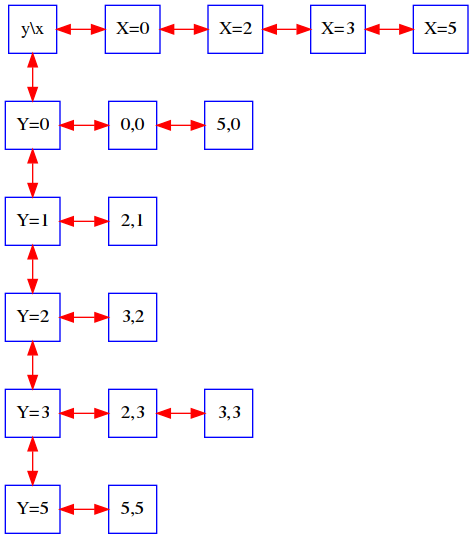
The Graphviz diagram matriz.png in martinfdev/EDD-Matriz-Dinamica, before a commit. Its source is kept beside it as matriz.dot.
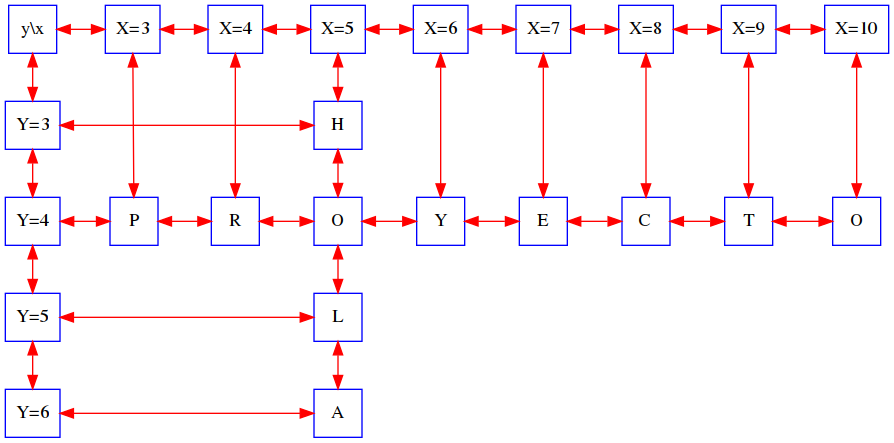
Later version of the same file.

Commit message:
matriz completa

What changed in the source:
```diff
@@ -4,49 +4,72 @@
 edge [color= red];
 graph[ nodesep = 0.5];
 nodeXY [label="y\\x"];
-nodeX0 [label="X=0"];
-nodeX2 [label="X=2"];
 nodeX3 [label="X=3"];
+nodeX4 [label="X=4"];
 nodeX5 [label="X=5"];
+nodeX6 [label="X=6"];
+nodeX7 [label="X=7"];
+nodeX8 [label="X=8"];
+nodeX9 [label="X=9"];
+nodeX10 [label="X=10"];
 
-nodeY0 [label="Y=0"];
-nodeY1 [label="Y=1"];
-nodeY2 [label="Y=2"];
 nodeY3 [label="Y=3"];
+nodeY4 [label="Y=4"];
 nodeY5 [label="Y=5"];
+nodeY6 [label="Y=6"];
 
-nodev00 [label="0,0"];
-nodev50 [label="5,0"];
-nodev21 [label="2,1"];
-nodev32 [label="3,2"];
-nodev23 [label="2,3"];
-nodev33 [label="3,3"];
-nodev55 [label="5,5"];
+nodev53 [label="H"];
+nodev34 [label="P"];
+nodev44 [label="R"];
+nodev54 [label="O"];
+nodev64 [label="Y"];
+nodev74 [label="E"];
+nodev84 [label="C"];
+nodev94 [label="T"];
+nodev104 [label="O"];
+nodev55 [label="L"];
+nodev56 [label="A"];
 
-nodeXY -> nodeX0 [dir=both];
-nodeX0 -> nodeX2 [dir=both];
-nodeX2 -> nodeX3 [dir=both];
-nodeX3 -> nodeX5 [dir=both];
+nodeXY -> nodeX3 [dir=both];
+nodeX3 -> nodeX4 [dir=both];
+nodeX4 -> nodeX5 [dir=both];
+nodeX5 -> nodeX6 [dir=both];
+nodeX6 -> nodeX7 [dir=both];
+nodeX7 -> nodeX8 [dir=both];
+nodeX8 -> nodeX9 [dir=both];
+nodeX9 -> nodeX10 [dir=both];
 
-nodeXY -> nodeY0 [dir=both];
-nodeY0 -> nodeY1 [dir=both];
-nodeY1 -> nodeY2 [dir=both];
-nodeY2 -> nodeY3 [dir=both];
-nodeY3 -> nodeY5 [dir=both];
+nodeXY -> nodeY3 [dir=both];
+nodeY3 -> nodeY4 [dir=both];
+nodeY4 -> nodeY5 [dir=both];
+nodeY5 -> nodeY6 [dir=both];
 
-nodeY0 -> nodev00 [dir=both];
-nodev00 -> nodev50 [constraint=false, dir=both];
-nodeY1 -> nodev21 [dir=both];
-nodeY2 -> nodev32 [dir=both];
-nodeY3 -> nodev23 [dir=both];
-nodev23 -> nodev33 [constraint=false, dir=both];
-nodeY5 -> nodev55 [dir=both];
+nodeX3 -> nodev34 [dir=both];
+nodeX4 -> nodev44 [dir=both];
+nodeX5 -> nodev53 [dir=both];
+nodev53 -> nodev54 [dir=both];
+nodev54 -> nodev55 [dir=both];
+nodev55 -> nodev56 [dir=both];
+nodeX6 -> nodev64 [dir=both];
+nodeX7 -> nodev74 [dir=both];
+nodeX8 -> nodev84 [dir=both];
+nodeX9 -> nodev94 [dir=both];
+nodeX10 -> nodev104 [dir=both];
+nodeY3 -> nodev53 [constraint=false, dir=both];
+nodeY4 -> nodev34 [constraint=false, dir=both];
+nodev34 -> nodev44 [constraint=false, dir=both];
+nodev44 -> nodev54 [constraint=false, dir=both];
+nodev54 -> nodev64 [constraint=false, dir=both];
+nodev64 -> nodev74 [constraint=false, dir=both];
+nodev74 -> nodev84 [constraint=false, dir=both];
+nodev84 -> nodev94 [constraint=false, dir=both];
+nodev94 -> nodev104 [constraint=false, dir=both];
+nodeY5 -> nodev55 [constraint=false, dir=both];
+nodeY6 -> nodev56 [constraint=false, dir=both];
 
-{rank=same; nodeXY; nodeX0; nodeX2; nodeX3; nodeX5; }
-{rank=same; nodeY0; nodev00; nodev50; }
-{rank=same; nodeY1; nodev21; }
-{rank=same; nodeY2; nodev32; }
-{rank=same; nodeY3; nodev23; nodev33; }
+{rank=same; nodeXY; nodeX3; nodeX4; nodeX5; nodeX6; nodeX7; nodeX8; nodeX9; nodeX10; }
+{rank=same; nodeY3; nodev53; }
+{rank=same; nodeY4; nodev34; nodev44; nodev54; nodev64; nodev74; nodev84; nodev94; nodev104; }
 {rank=same; nodeY5; nodev55; }
-
+{rank=same; nodeY6; nodev56; }
 }
```
